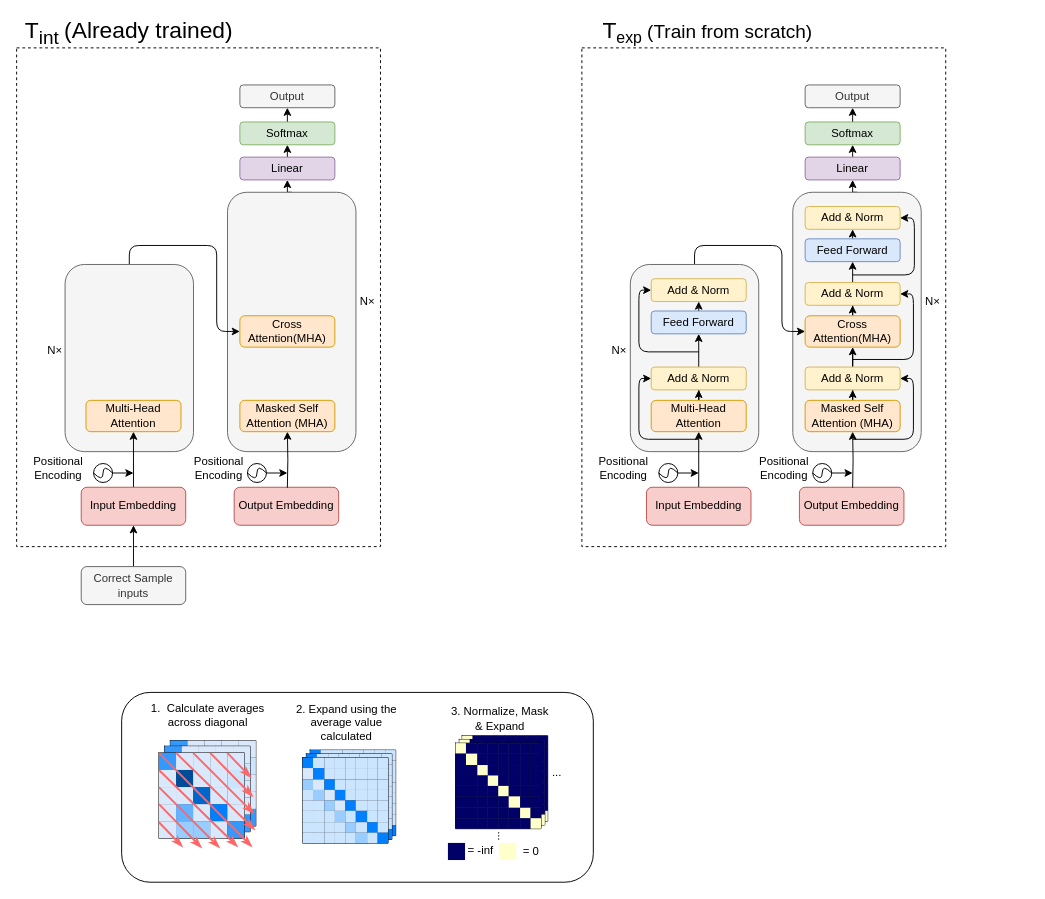
Above: graphs/simplifieddiagram.drawio in shaoxiongduan/AttentionBiasCalibration (draw.io), before the change. Source tidied: cells renumbered, new cells numbered last; positions are measured from the earlier drawing's top-left corner, leaving out a move shared by most shapes. Both pictures are drawn from the tidied source at 95%, with x=0, y=0 at pixel (16, 17).
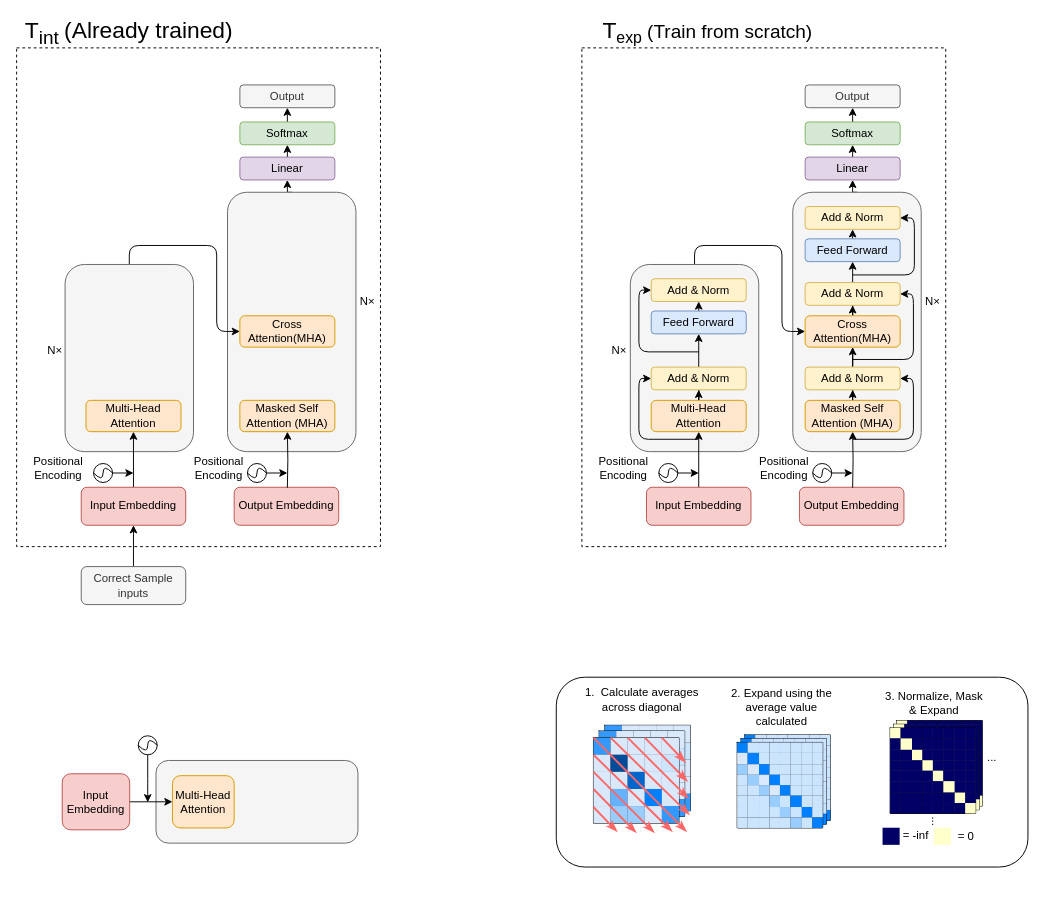
The same diagram, later.

Unchanged cells that the change refers to:
```xml
<mxCell id="9" value="Input Embedding" style="rounded=1;whiteSpace=wrap;html=1;fillColor=#f8cecc;strokeColor=#b85450;" parent="1" vertex="1">
  <mxGeometry x="68" y="494.4" width="110" height="40" as="geometry" />
</mxCell>
<mxCell id="368" style="shape=tableRow;horizontal=0;startSize=0;swimlaneHead=0;swimlaneBody=0;strokeColor=inherit;top=0;left=0;bottom=0;right=0;fillColor=none;points=[[0,0.5],[1,0.5]];portConstraint=eastwest;fontSize=16;" parent="367" vertex="1">
  <mxGeometry width="90" height="18" as="geometry" />
</mxCell>
```

What changed in the source:
```diff
@@
-    <mxCell id="2" style="rounded=1;whiteSpace=wrap;html=1;rotation=-90;" parent="1" vertex="1">
-      <mxGeometry x="258.9" y="562" width="199.8" height="496.5" as="geometry" />
-    </mxCell>
@@
+    <mxCell id="487" style="edgeStyle=orthogonalEdgeStyle;rounded=0;jettySize=auto;html=1;exitX=0.5;exitY=0;exitDx=0;exitDy=0;entryX=0.5;entryY=1;entryDx=0;entryDy=0;" parent="1" edge="1" source="488" target="9">
+      <mxGeometry relative="1" as="geometry" />
+    </mxCell>
+    <mxCell id="488" value="Correct Sample inputs" style="rounded=1;whiteSpace=wrap;html=1;fillColor=#f5f5f5;fontColor=#333333;strokeColor=#666666;" parent="1" vertex="1">
+      <mxGeometry x="68" y="577.9" width="110" height="40" as="geometry" />
+    </mxCell>
+    <mxCell id="638" style="group;" parent="1" vertex="1">
+      <mxGeometry x="568" y="694.4" width="496.5" height="199.8" as="geometry" />
+    </mxCell>
+    <mxCell id="2" style="rounded=1;whiteSpace=wrap;html=1;rotation=-90;" parent="638" vertex="1">
+      <mxGeometry x="148.4" y="-148.4" width="199.8" height="496.5" as="geometry" />
+    </mxCell>
-    <mxCell id="83" value="1.&amp;nbsp; Calculate averages across diagonal" style="text;html=1;strokeColor=none;fillColor=none;align=center;verticalAlign=middle;whiteSpace=wrap;rounded=0;" parent="1" vertex="1">
-      <mxGeometry x="138.5" y="719" width="124.5" height="29.5" as="geometry" />
+    <mxCell id="83" value="1.&amp;nbsp; Calculate averages across diagonal" style="text;html=1;strokeColor=none;fillColor=none;align=center;verticalAlign=middle;whiteSpace=wrap;rounded=0;" parent="638" vertex="1">
+      <mxGeometry x="28" y="8.6" width="124.5" height="29.5" as="geometry" />
     </mxCell>
-    <mxCell id="84" style="group;" parent="1" vertex="1">
-      <mxGeometry x="294.5" y="760" width="108.5" height="113.9" as="geometry" />
+    <mxCell id="84" style="group;" parent="638" vertex="1">
+      <mxGeometry x="184" y="49.6" width="108.5" height="113.9" as="geometry" />
     </mxCell>
@@
-    <mxCell id="305" style="shape=table;startSize=0;childLayout=tableLayout;fontSize=16;" parent="1" vertex="1">
-      <mxGeometry x="161.8" y="761" width="90" height="90" as="geometry" />
+    <mxCell id="305" style="shape=table;startSize=0;childLayout=tableLayout;fontSize=16;" parent="638" vertex="1">
+      <mxGeometry x="51.2" y="50.6" width="90" height="90" as="geometry" />
     </mxCell>
@@
-    <mxCell id="336" style="shape=table;startSize=0;childLayout=tableLayout;fontSize=16;" parent="1" vertex="1">
-      <mxGeometry x="155.8" y="767" width="90" height="90" as="geometry" />
+    <mxCell id="336" style="shape=table;startSize=0;childLayout=tableLayout;fontSize=16;" parent="638" vertex="1">
+      <mxGeometry x="45.2" y="56.6" width="90" height="90" as="geometry" />
     </mxCell>
@@
-    <mxCell id="367" style="shape=table;startSize=0;childLayout=tableLayout;fontSize=16;" parent="1" vertex="1">
-      <mxGeometry x="149.8" y="774" width="90" height="90" as="geometry" />
+    <mxCell id="367" style="shape=table;startSize=0;childLayout=tableLayout;fontSize=16;" parent="638" vertex="1">
+      <mxGeometry x="39.2" y="63.6" width="90" height="90" as="geometry" />
     </mxCell>
@@
-    <mxCell id="399" style="endArrow=classicThin;html=1;rounded=0;fillColor=#f8cecc;strokeColor=#FF6666;strokeWidth=2;endFill=1;exitX=0.003;exitY=1.015;exitDx=0;exitDy=0;exitPerimeter=0;" parent="1" edge="1" source="368">
+    <mxCell id="399" style="endArrow=classicThin;html=1;rounded=0;fillColor=#f8cecc;strokeColor=#FF6666;strokeWidth=2;endFill=1;exitX=0.003;exitY=1.015;exitDx=0;exitDy=0;exitPerimeter=0;" parent="638" edge="1" source="368">
       <mxGeometry relative="1" as="geometry">
-        <mxPoint x="232.8" y="873" as="targetPoint" />
+        <mxPoint x="122.2" y="162.6" as="targetPoint" />
       </mxGeometry>
     </mxCell>
-    <mxCell id="400" style="endArrow=classicThin;html=1;rounded=0;fillColor=#f8cecc;strokeColor=#FF6666;strokeWidth=2;endFill=1;exitX=0.003;exitY=1.015;exitDx=0;exitDy=0;exitPerimeter=0;" parent="1" edge="1">
+    <mxCell id="400" style="endArrow=classicThin;html=1;rounded=0;fillColor=#f8cecc;strokeColor=#FF6666;strokeWidth=2;endFill=1;exitX=0.003;exitY=1.015;exitDx=0;exitDy=0;exitPerimeter=0;" parent="638" edge="1">
       <mxGeometry relative="1" as="geometry">
-        <mxPoint x="149.8" y="810" as="sourcePoint" />
-        <mxPoint x="213.8" y="874" as="targetPoint" />
+        <mxPoint x="39.2" y="99.6" as="sourcePoint" />
+        <mxPoint x="103.2" y="163.6" as="targetPoint" />
       </mxGeometry>
     </mxCell>
-    <mxCell id="401" style="endArrow=classicThin;html=1;rounded=0;fillColor=#f8cecc;strokeColor=#FF6666;strokeWidth=2;endFill=1;exitX=0.003;exitY=1.015;exitDx=0;exitDy=0;exitPerimeter=0;" parent="1" edge="1">
+    <mxCell id="401" style="endArrow=classicThin;html=1;rounded=0;fillColor=#f8cecc;strokeColor=#FF6666;strokeWidth=2;endFill=1;exitX=0.003;exitY=1.015;exitDx=0;exitDy=0;exitPerimeter=0;" parent="638" edge="1">
       <mxGeometry relative="1" as="geometry">
-        <mxPoint x="149.8" y="828" as="sourcePoint" />
-        <mxPoint x="194.8" y="874" as="targetPoint" />
+        <mxPoint x="39.2" y="117.6" as="sourcePoint" />
+        <mxPoint x="84.2" y="163.6" as="targetPoint" />
       </mxGeometry>
     </mxCell>
-    <mxCell id="402" style="endArrow=classicThin;html=1;rounded=0;fillColor=#f8cecc;strokeColor=#FF6666;strokeWidth=2;endFill=1;exitX=0.003;exitY=1.015;exitDx=0;exitDy=0;exitPerimeter=0;" parent="1" edge="1">
+    <mxCell id="402" style="endArrow=classicThin;html=1;rounded=0;fillColor=#f8cecc;strokeColor=#FF6666;strokeWidth=2;endFill=1;exitX=0.003;exitY=1.015;exitDx=0;exitDy=0;exitPerimeter=0;" parent="638" edge="1">
       <mxGeometry relative="1" as="geometry">
-        <mxPoint x="149.8" y="847" as="sourcePoint" />
-        <mxPoint x="174.8" y="873" as="targetPoint" />
+        <mxPoint x="39.2" y="136.6" as="sourcePoint" />
+        <mxPoint x="64.2" y="162.6" as="targetPoint" />
       </mxGeometry>
     </mxCell>
-    <mxCell id="403" style="endArrow=classicThin;html=1;rounded=0;fillColor=#f8cecc;strokeColor=#FF6666;strokeWidth=2;endFill=1;exitX=0.003;exitY=1.015;exitDx=0;exitDy=0;exitPerimeter=0;" parent="1" edge="1">
+    <mxCell id="403" style="endArrow=classicThin;html=1;rounded=0;fillColor=#f8cecc;strokeColor=#FF6666;strokeWidth=2;endFill=1;exitX=0.003;exitY=1.015;exitDx=0;exitDy=0;exitPerimeter=0;" parent="638" edge="1">
       <mxGeometry relative="1" as="geometry">
-        <mxPoint x="221.8" y="774" as="sourcePoint" />
-        <mxPoint x="246.8" y="800" as="targetPoint" />
+        <mxPoint x="111.2" y="63.6" as="sourcePoint" />
+        <mxPoint x="136.2" y="89.6" as="targetPoint" />
       </mxGeometry>
     </mxCell>
-    <mxCell id="404" style="endArrow=classicThin;html=1;rounded=0;fillColor=#f8cecc;strokeColor=#FF6666;strokeWidth=2;endFill=1;exitX=0.003;exitY=1.015;exitDx=0;exitDy=0;exitPerimeter=0;" parent="1" edge="1">
+    <mxCell id="404" style="endArrow=classicThin;html=1;rounded=0;fillColor=#f8cecc;strokeColor=#FF6666;strokeWidth=2;endFill=1;exitX=0.003;exitY=1.015;exitDx=0;exitDy=0;exitPerimeter=0;" parent="638" edge="1">
       <mxGeometry relative="1" as="geometry">
-        <mxPoint x="167.8" y="774" as="sourcePoint" />
-        <mxPoint x="250.8" y="855" as="targetPoint" />
+        <mxPoint x="57.2" y="63.6" as="sourcePoint" />
+        <mxPoint x="140.2" y="144.6" as="targetPoint" />
       </mxGeometry>
     </mxCell>
-    <mxCell id="405" style="endArrow=classicThin;html=1;rounded=0;fillColor=#f8cecc;strokeColor=#FF6666;strokeWidth=2;endFill=1;exitX=0.003;exitY=1.015;exitDx=0;exitDy=0;exitPerimeter=0;" parent="1" edge="1">
+    <mxCell id="405" style="endArrow=classicThin;html=1;rounded=0;fillColor=#f8cecc;strokeColor=#FF6666;strokeWidth=2;endFill=1;exitX=0.003;exitY=1.015;exitDx=0;exitDy=0;exitPerimeter=0;" parent="638" edge="1">
       <mxGeometry relative="1" as="geometry">
-        <mxPoint x="185.8" y="774" as="sourcePoint" />
-        <mxPoint x="249.8" y="838" as="targetPoint" />
+        <mxPoint x="75.2" y="63.6" as="sourcePoint" />
+        <mxPoint x="139.2" y="127.6" as="targetPoint" />
       </mxGeometry>
     </mxCell>
-    <mxCell id="406" style="endArrow=classicThin;html=1;rounded=0;fillColor=#f8cecc;strokeColor=#FF6666;strokeWidth=2;endFill=1;exitX=0.003;exitY=1.015;exitDx=0;exitDy=0;exitPerimeter=0;" parent="1" edge="1">
+    <mxCell id="406" style="endArrow=classicThin;html=1;rounded=0;fillColor=#f8cecc;strokeColor=#FF6666;strokeWidth=2;endFill=1;exitX=0.003;exitY=1.015;exitDx=0;exitDy=0;exitPerimeter=0;" parent="638" edge="1">
       <mxGeometry relative="1" as="geometry">
-        <mxPoint x="203.8" y="774" as="sourcePoint" />
-        <mxPoint x="248.8" y="820" as="targetPoint" />
+        <mxPoint x="93.2" y="63.6" as="sourcePoint" />
+        <mxPoint x="138.2" y="109.6" as="targetPoint" />
       </mxGeometry>
     </mxCell>
-    <mxCell id="407" value="2. Expand using the average value calculated" style="text;html=1;strokeColor=none;fillColor=none;align=center;verticalAlign=middle;whiteSpace=wrap;rounded=0;" parent="1" vertex="1">
-      <mxGeometry x="288" y="711" width="119" height="62" as="geometry" />
+    <mxCell id="407" value="2. Expand using the average value calculated" style="text;html=1;strokeColor=none;fillColor=none;align=center;verticalAlign=middle;whiteSpace=wrap;rounded=0;" parent="638" vertex="1">
+      <mxGeometry x="177.5" y="0.6" width="119" height="62" as="geometry" />
     </mxCell>
-    <mxCell id="408" style="group;" parent="1" vertex="1">
-      <mxGeometry x="467" y="736.6" width="116" height="126" as="geometry" />
+    <mxCell id="408" style="group;" parent="638" vertex="1">
+      <mxGeometry x="356.5" y="26.2" width="116" height="126" as="geometry" />
     </mxCell>
@@
-    <mxCell id="482" value="3. Normalize, Mask &amp;amp; Expand" style="text;html=1;strokeColor=none;fillColor=none;align=center;verticalAlign=middle;whiteSpace=wrap;rounded=0;" parent="1" vertex="1">
-      <mxGeometry x="450.5" y="723.5" width="115.5" height="28" as="geometry" />
+    <mxCell id="482" value="3. Normalize, Mask &amp;amp; Expand" style="text;html=1;strokeColor=none;fillColor=none;align=center;verticalAlign=middle;whiteSpace=wrap;rounded=0;" parent="638" vertex="1">
+      <mxGeometry x="340" y="13.1" width="115.5" height="28" as="geometry" />
     </mxCell>
-    <mxCell id="483" style="shape=partialRectangle;html=1;whiteSpace=wrap;strokeColor=#6c8ebf;overflow=hidden;fillColor=#000066;top=0;left=0;bottom=0;right=0;fontSize=16;" parent="1" vertex="1">
-      <mxGeometry x="454" y="868.8" width="18" height="18" as="geometry" />
+    <mxCell id="483" style="shape=partialRectangle;html=1;whiteSpace=wrap;strokeColor=#6c8ebf;overflow=hidden;fillColor=#000066;top=0;left=0;bottom=0;right=0;fontSize=16;" parent="638" vertex="1">
+      <mxGeometry x="343.5" y="158.4" width="18" height="18" as="geometry" />
     </mxCell>
-    <mxCell id="484" value="&amp;nbsp;= -inf" style="text;html=1;strokeColor=none;fillColor=none;align=center;verticalAlign=middle;whiteSpace=wrap;rounded=0;" parent="1" vertex="1">
-      <mxGeometry x="457" y="861.8" width="60" height="30" as="geometry" />
+    <mxCell id="484" value="&amp;nbsp;= -inf" style="text;html=1;strokeColor=none;fillColor=none;align=center;verticalAlign=middle;whiteSpace=wrap;rounded=0;" parent="638" vertex="1">
+      <mxGeometry x="346.5" y="151.4" width="60" height="30" as="geometry" />
     </mxCell>
-    <mxCell id="485" style="shape=partialRectangle;html=1;whiteSpace=wrap;overflow=hidden;top=0;left=0;bottom=0;right=0;fontSize=16;perimeterSpacing=3;shadow=0;dashed=1;fillColor=#FFFFCC;strokeColor=#d6b656;" parent="1" vertex="1">
-      <mxGeometry x="508" y="868.8" width="18" height="18" as="geometry" />
+    <mxCell id="485" style="shape=partialRectangle;html=1;whiteSpace=wrap;overflow=hidden;top=0;left=0;bottom=0;right=0;fontSize=16;perimeterSpacing=3;shadow=0;dashed=1;fillColor=#FFFFCC;strokeColor=#d6b656;" parent="638" vertex="1">
+      <mxGeometry x="397.5" y="158.4" width="18" height="18" as="geometry" />
     </mxCell>
-    <mxCell id="486" value="&amp;nbsp;= 0" style="text;html=1;strokeColor=none;fillColor=none;align=center;verticalAlign=middle;whiteSpace=wrap;rounded=0;" parent="1" vertex="1">
-      <mxGeometry x="510.2" y="862.8" width="60" height="30" as="geometry" />
+    <mxCell id="486" value="&amp;nbsp;= 0" style="text;html=1;strokeColor=none;fillColor=none;align=center;verticalAlign=middle;whiteSpace=wrap;rounded=0;" parent="638" vertex="1">
+      <mxGeometry x="399.7" y="152.4" width="60" height="30" as="geometry" />
     </mxCell>
-    <mxCell id="487" style="edgeStyle=orthogonalEdgeStyle;rounded=0;jettySize=auto;html=1;exitX=0.5;exitY=0;exitDx=0;exitDy=0;entryX=0.5;entryY=1;entryDx=0;entryDy=0;" parent="1" edge="1" source="488" target="9">
-      <mxGeometry relative="1" as="geometry" />
-    </mxCell>
-    <mxCell id="488" value="Correct Sample inputs" style="rounded=1;whiteSpace=wrap;html=1;fillColor=#f5f5f5;fontColor=#333333;strokeColor=#666666;" parent="1" vertex="1">
-      <mxGeometry x="68" y="577.9" width="110" height="40" as="geometry" />
-    </mxCell>
-    <mxCell id="489" style="group;" parent="1" vertex="1">
-      <mxGeometry x="464" y="740.5" width="127" height="126" as="geometry" />
+    <mxCell id="489" style="group;" parent="638" vertex="1">
+      <mxGeometry x="353.5" y="30.1" width="127" height="126" as="geometry" />
     </mxCell>
@@
+    <mxCell id="639" style="rounded=1;whiteSpace=wrap;html=1;align=center;fillColor=#f5f5f5;fontColor=#333333;strokeColor=#666666;" parent="1" vertex="1">
+      <mxGeometry x="146.7" y="782" width="212.6" height="87" as="geometry" />
+    </mxCell>
+    <mxCell id="640" value="Multi-Head Attention" style="rounded=1;whiteSpace=wrap;html=1;fillColor=#ffe6cc;strokeColor=#d79b00;" parent="1" vertex="1">
+      <mxGeometry x="164" y="798" width="65" height="55" as="geometry" />
+    </mxCell>
+    <mxCell id="641" style="edgeStyle=orthogonalEdgeStyle;rounded=0;jettySize=auto;html=1;entryX=0;entryY=0.5;entryDx=0;entryDy=0;" parent="1" edge="1" source="642" target="640">
+      <mxGeometry relative="1" as="geometry" />
+    </mxCell>
+    <mxCell id="642" value="Input Embedding" style="rounded=1;whiteSpace=wrap;html=1;fillColor=#f8cecc;strokeColor=#b85450;" parent="1" vertex="1">
+      <mxGeometry x="48" y="796" width="71" height="59" as="geometry" />
+    </mxCell>
+    <mxCell id="643" style="group;" parent="1" vertex="1">
+      <mxGeometry x="128" y="756" width="20" height="20" as="geometry" />
+    </mxCell>
+    <mxCell id="644" style="edgeStyle=orthogonalEdgeStyle;rounded=0;jettySize=auto;html=1;" parent="643" edge="1" source="645">
+      <mxGeometry relative="1" as="geometry">
+        <mxPoint x="10" y="70" as="targetPoint" />
+      </mxGeometry>
+    </mxCell>
+    <mxCell id="645" style="ellipse;whiteSpace=wrap;html=1;" parent="643" vertex="1">
+      <mxGeometry width="20" height="20" as="geometry" />
+    </mxCell>
+    <mxCell id="646" style="curved=1;endArrow=none;html=1;rounded=0;exitX=0;exitY=0.5;exitDx=0;exitDy=0;entryX=1;entryY=0.5;entryDx=0;entryDy=0;endFill=0;" parent="643" edge="1" source="645" target="645">
+      <mxGeometry relative="1" as="geometry">
+        <Array as="points">
+          <mxPoint x="10" y="20" />
+          <mxPoint x="10" />
+        </Array>
+      </mxGeometry>
+    </mxCell>
```
